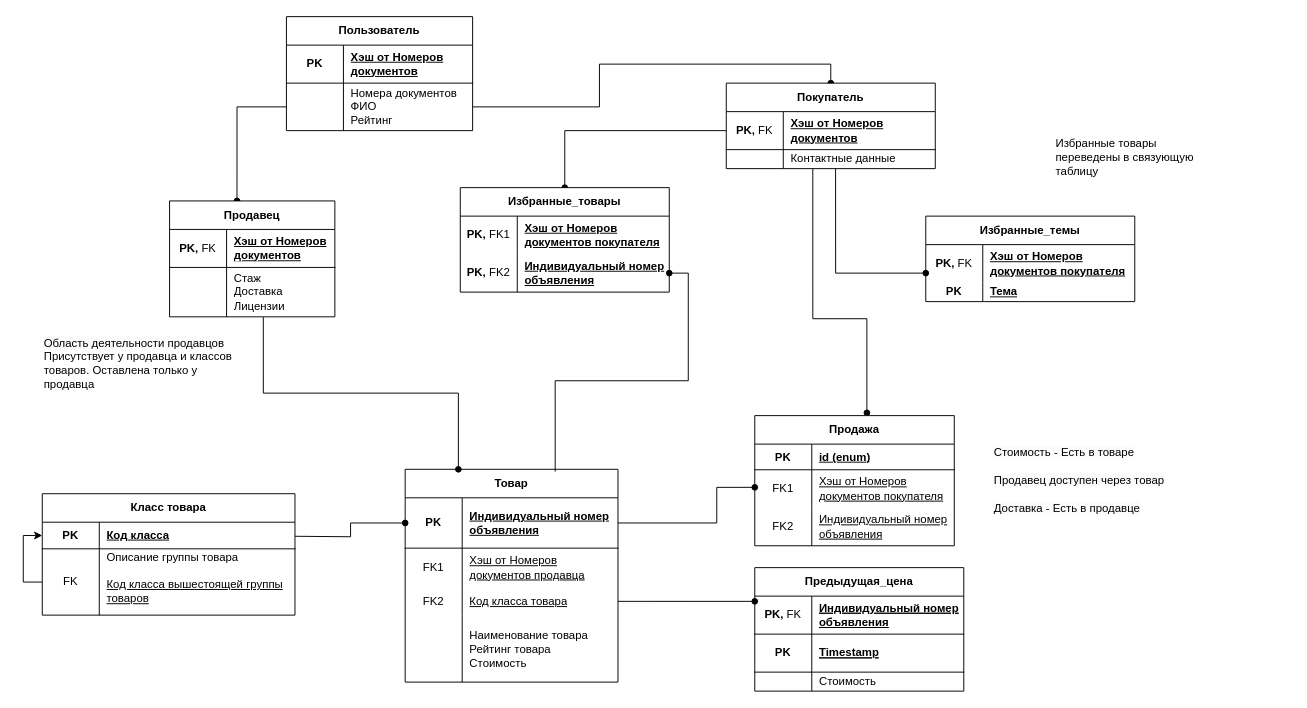
Above: page "Страница — 3" (3 of 3) of Диаграмма без названия.drawio in Djuckman/Compilers2 (draw.io), before the change. Source tidied: cells renumbered, new cells numbered last; positions are measured from the earlier drawing's top-left corner, leaving out a move shared by most shapes. Both pictures are drawn from the tidied source at 95%, with x=0, y=0 at pixel (42, 16).
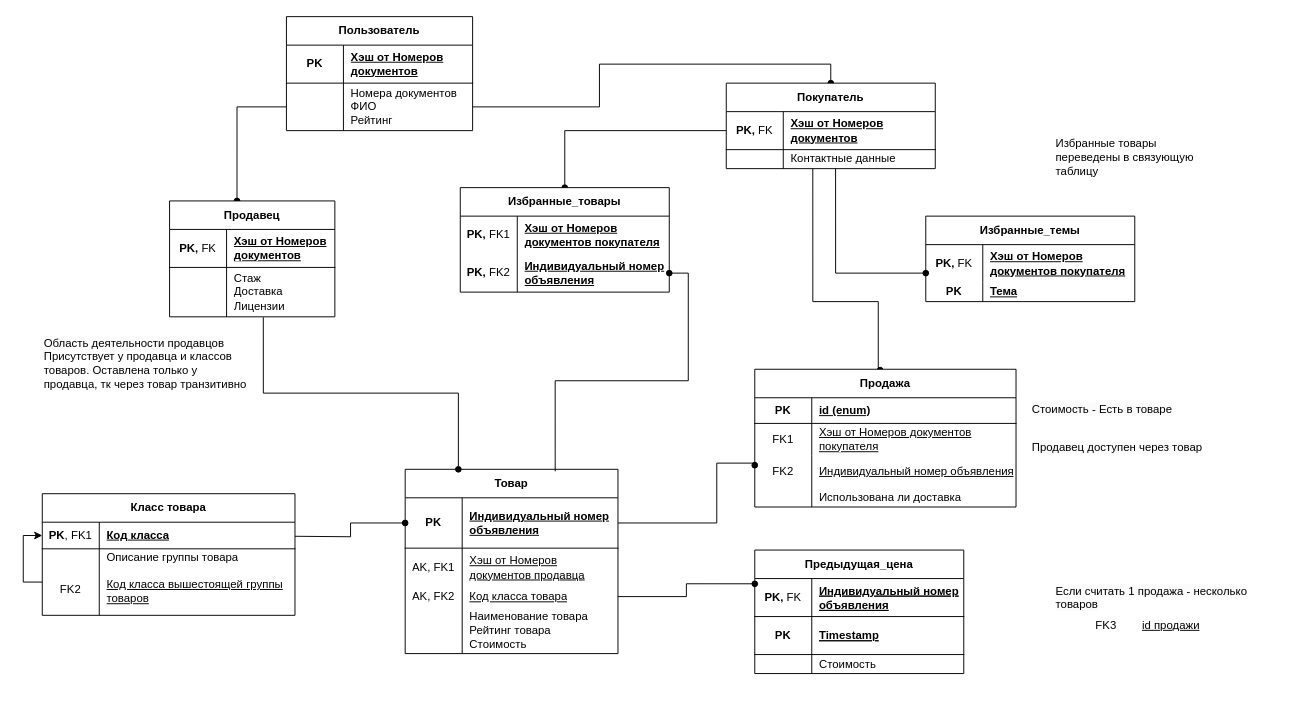
Above is the later version.

Unchanged cells that the change refers to:
```xml
<mxCell id="16" style="shape=tableRow;horizontal=0;startSize=0;swimlaneHead=0;swimlaneBody=0;fillColor=none;points=[[0,0.5],[1,0.5]];portConstraint=eastwest;top=0;left=0;right=0;bottom=1;html=1;" parent="15" vertex="1">
  <mxGeometry y="30" width="224" height="53" as="geometry" />
</mxCell>
<mxCell id="19" style="shape=tableRow;horizontal=0;startSize=0;swimlaneHead=0;swimlaneBody=0;fillColor=none;top=0;left=0;right=0;bottom=0;html=1;" parent="15" vertex="1">
  <mxGeometry y="83" width="224" height="41" as="geometry" />
</mxCell>
<mxCell id="29" style="shape=tableRow;horizontal=0;startSize=0;swimlaneHead=0;swimlaneBody=0;fillColor=none;points=[[0,0.5],[1,0.5]];portConstraint=eastwest;top=0;left=0;right=0;bottom=1;html=1;" parent="28" vertex="1">
  <mxGeometry y="30" width="266" height="28" as="geometry" />
</mxCell>
<mxCell id="32" style="shape=tableRow;horizontal=0;startSize=0;swimlaneHead=0;swimlaneBody=0;fillColor=none;points=[[0,0.5],[1,0.5]];portConstraint=eastwest;top=0;left=0;right=0;bottom=0;html=1;" parent="28" vertex="1">
  <mxGeometry y="58" width="266" height="70" as="geometry" />
</mxCell>
<mxCell id="48" style="shape=tableRow;horizontal=0;startSize=0;swimlaneHead=0;swimlaneBody=0;fillColor=none;points=[[0,0.5],[1,0.5]];portConstraint=eastwest;top=0;left=0;right=0;bottom=0;html=1;" parent="44" vertex="1">
  <mxGeometry y="70" width="220" height="20" as="geometry" />
</mxCell>
```

What changed in the source:
```diff
@@
     <mxCell id="15" value="Товар" style="shape=table;startSize=30;childLayout=tableLayout;rowLines=0;fontStyle=1;align=center;html=1;whiteSpace=wrap;" parent="1" vertex="1">
-      <mxGeometry x="382" y="476.5" width="224" height="224" as="geometry" />
+      <mxGeometry x="382" y="476.5" width="224" height="194" as="geometry" />
     </mxCell>
@@
-    <mxCell id="20" value="FK1" style="shape=partialRectangle;fillColor=none;top=0;left=0;bottom=0;right=0;overflow=hidden;html=1;whiteSpace=wrap;" parent="19" vertex="1">
+    <mxCell id="20" value="AK, FK1" style="shape=partialRectangle;fillColor=none;top=0;left=0;bottom=0;right=0;overflow=hidden;html=1;whiteSpace=wrap;" parent="19" vertex="1">
       <mxGeometry width="60" height="41" as="geometry" />
     </mxCell>
@@
     <mxCell id="22" style="shape=tableRow;horizontal=0;startSize=0;swimlaneHead=0;swimlaneBody=0;fillColor=none;points=[[0,0.5],[1,0.5]];portConstraint=eastwest;top=0;left=0;right=0;bottom=0;html=1;" parent="15" vertex="1">
-      <mxGeometry y="124" width="224" height="30" as="geometry" />
+      <mxGeometry y="124" width="224" height="20" as="geometry" />
     </mxCell>
-    <mxCell id="23" value="FK2" style="shape=partialRectangle;fillColor=none;top=0;left=0;bottom=0;right=0;overflow=hidden;html=1;whiteSpace=wrap;" parent="22" vertex="1">
-      <mxGeometry width="60" height="30" as="geometry" />
+    <mxCell id="23" value="AK, FK2" style="shape=partialRectangle;fillColor=none;top=0;left=0;bottom=0;right=0;overflow=hidden;html=1;whiteSpace=wrap;" parent="22" vertex="1">
+      <mxGeometry width="60" height="20" as="geometry" />
     </mxCell>
     <mxCell id="24" value="&lt;u&gt;Код класса товара&lt;/u&gt;" style="shape=partialRectangle;fillColor=none;top=0;left=0;bottom=0;right=0;align=left;spacingLeft=6;overflow=hidden;html=1;whiteSpace=wrap;" parent="22" vertex="1">
-      <mxGeometry x="60" width="164" height="30" as="geometry" />
+      <mxGeometry x="60" width="164" height="20" as="geometry" />
     </mxCell>
     <mxCell id="25" style="shape=tableRow;horizontal=0;startSize=0;swimlaneHead=0;swimlaneBody=0;fillColor=none;top=0;left=0;right=0;bottom=0;html=1;" parent="15" vertex="1">
-      <mxGeometry y="154" width="224" height="70" as="geometry" />
+      <mxGeometry y="144" width="224" height="50" as="geometry" />
     </mxCell>
     <mxCell id="26" value="&lt;div&gt;&lt;br&gt;&lt;/div&gt;" style="shape=partialRectangle;fillColor=none;top=0;left=0;bottom=0;right=0;overflow=hidden;html=1;whiteSpace=wrap;" parent="25" vertex="1">
-      <mxGeometry width="60" height="70" as="geometry" />
+      <mxGeometry width="60" height="50" as="geometry" />
     </mxCell>
     <mxCell id="27" value="&lt;div&gt;&lt;span style=&quot;background-color: initial;&quot;&gt;Наименование товара&lt;/span&gt;&lt;br&gt;&lt;/div&gt;Рейтинг товара&lt;div&gt;Стоимость&lt;br&gt;&lt;/div&gt;" style="shape=partialRectangle;fillColor=none;top=0;left=0;bottom=0;right=0;align=left;spacingLeft=6;overflow=hidden;html=1;whiteSpace=wrap;" parent="25" vertex="1">
-      <mxGeometry x="60" width="164" height="70" as="geometry" />
+      <mxGeometry x="60" width="164" height="50" as="geometry" />
     </mxCell>
     <mxCell id="28" value="Класс товара" style="shape=table;startSize=30;childLayout=tableLayout;rowLines=0;fontStyle=1;align=center;html=1;whiteSpace=wrap;" parent="1" vertex="1">
-      <mxGeometry y="502.2" width="266" height="127.8" as="geometry" />
+      <mxGeometry y="502.2" width="266" height="128" as="geometry" />
     </mxCell>
@@
-    <mxCell id="30" value="PK" style="shape=partialRectangle;fillColor=none;top=0;left=0;bottom=0;right=0;fontStyle=1;overflow=hidden;html=1;whiteSpace=wrap;" parent="29" vertex="1">
+    <mxCell id="30" value="PK&lt;span style=&quot;font-weight: normal;&quot;&gt;, FK1&lt;/span&gt;" style="shape=partialRectangle;fillColor=none;top=0;left=0;bottom=0;right=0;fontStyle=1;overflow=hidden;html=1;whiteSpace=wrap;" parent="29" vertex="1">
       <mxGeometry width="60" height="28" as="geometry" />
     </mxCell>
@@
-    <mxCell id="33" value="FK" style="shape=partialRectangle;fillColor=none;top=0;left=0;bottom=0;right=0;overflow=hidden;html=1;whiteSpace=wrap;" parent="32" vertex="1">
+    <mxCell id="33" value="&lt;div&gt;&lt;br&gt;&lt;/div&gt;FK2" style="shape=partialRectangle;fillColor=none;top=0;left=0;bottom=0;right=0;overflow=hidden;html=1;whiteSpace=wrap;" parent="32" vertex="1">
       <mxGeometry width="60" height="70" as="geometry" />
     </mxCell>
@@
     <mxCell id="36" style="edgeStyle=orthogonalEdgeStyle;rounded=0;jettySize=auto;html=1;exitX=0;exitY=0.5;exitDx=0;exitDy=0;entryX=1;entryY=0.5;entryDx=0;entryDy=0;startArrow=oval;startFill=1;endArrow=none;endFill=0;" parent="1" edge="1" target="16">
       <mxGeometry relative="1" as="geometry">
-        <mxPoint x="750" y="495.5" as="sourcePoint" />
+        <mxPoint x="750" y="472.2" as="sourcePoint" />
         <Array as="points">
-          <mxPoint x="710" y="496" />
+          <mxPoint x="750" y="470" />
+          <mxPoint x="710" y="470" />
           <mxPoint x="710" y="533" />
         </Array>
       </mxGeometry>
     </mxCell>
@@
-    <mxCell id="51" style="edgeStyle=orthogonalEdgeStyle;rounded=0;jettySize=auto;html=1;exitX=0.562;exitY=-0.022;exitDx=0;exitDy=0;endArrow=none;endFill=0;startArrow=oval;startFill=1;exitPerimeter=0;entryX=0.414;entryY=1;entryDx=0;entryDy=0;entryPerimeter=0;" parent="1" edge="1" source="52" target="48">
+    <mxCell id="51" style="edgeStyle=orthogonalEdgeStyle;rounded=0;jettySize=auto;html=1;endArrow=none;endFill=0;startArrow=oval;startFill=1;entryX=0.414;entryY=1;entryDx=0;entryDy=0;entryPerimeter=0;exitX=0.48;exitY=0.006;exitDx=0;exitDy=0;exitPerimeter=0;" parent="1" edge="1" source="52" target="48">
       <mxGeometry relative="1" as="geometry">
         <Array as="points">
-          <mxPoint x="868" y="318" />
-          <mxPoint x="811" y="318" />
+          <mxPoint x="880" y="372" />
+          <mxPoint x="880" y="300" />
+          <mxPoint x="811" y="300" />
         </Array>
       </mxGeometry>
     </mxCell>
     <mxCell id="52" value="Продажа" style="shape=table;startSize=30;childLayout=tableLayout;rowLines=0;fontStyle=1;align=center;html=1;whiteSpace=wrap;" parent="1" vertex="1">
-      <mxGeometry x="750" y="420" width="210" height="137" as="geometry" />
+      <mxGeometry x="750" y="371.2" width="275" height="145" as="geometry" />
     </mxCell>
     <mxCell id="53" style="shape=tableRow;horizontal=0;startSize=0;swimlaneHead=0;swimlaneBody=0;fillColor=none;top=0;left=0;right=0;bottom=1;html=1;" parent="52" vertex="1">
-      <mxGeometry y="30" width="210" height="27" as="geometry" />
+      <mxGeometry y="30" width="275" height="27" as="geometry" />
     </mxCell>
@@
     <mxCell id="55" value="id (enum)" style="shape=partialRectangle;fillColor=none;top=0;left=0;bottom=0;right=0;align=left;spacingLeft=6;fontStyle=5;overflow=hidden;html=1;whiteSpace=wrap;" parent="53" vertex="1">
-      <mxGeometry x="60" width="150" height="27" as="geometry" />
+      <mxGeometry x="60" width="215" height="27" as="geometry" />
     </mxCell>
-    <mxCell id="56" style="shape=tableRow;horizontal=0;startSize=0;swimlaneHead=0;swimlaneBody=0;fillColor=none;top=0;left=0;right=0;bottom=0;html=1;" parent="52" vertex="1">
-      <mxGeometry y="57" width="210" height="40" as="geometry" />
-    </mxCell>
+    <mxCell id="96" style="shape=tableRow;horizontal=0;startSize=0;swimlaneHead=0;swimlaneBody=0;fillColor=none;top=0;left=0;right=0;bottom=0;html=1;" parent="52" vertex="1">
+      <mxGeometry y="57" width="275" height="34" as="geometry" />
+    </mxCell>
-    <mxCell id="57" value="&lt;div&gt;FK1&lt;/div&gt;" style="shape=partialRectangle;fillColor=none;top=0;left=0;bottom=0;right=0;overflow=hidden;html=1;whiteSpace=wrap;" parent="56" vertex="1">
-      <mxGeometry width="60" height="40" as="geometry" />
+    <mxCell id="57" value="&lt;div&gt;FK1&lt;/div&gt;" style="shape=partialRectangle;fillColor=none;top=0;left=0;bottom=0;right=0;overflow=hidden;html=1;whiteSpace=wrap;" parent="96" vertex="1">
+      <mxGeometry width="60" height="34" as="geometry" />
     </mxCell>
-    <mxCell id="58" value="&lt;span style=&quot;text-decoration-line: underline;&quot;&gt;Хэш от Номеров документов покупателя&lt;/span&gt;" style="shape=partialRectangle;fillColor=none;top=0;left=0;bottom=0;right=0;align=left;spacingLeft=6;overflow=hidden;html=1;whiteSpace=wrap;" parent="56" vertex="1">
-      <mxGeometry x="60" width="150" height="40" as="geometry" />
+    <mxCell id="58" value="&lt;span style=&quot;text-decoration-line: underline;&quot;&gt;Хэш от Номеров документов покупателя&lt;/span&gt;" style="shape=partialRectangle;fillColor=none;top=0;left=0;bottom=0;right=0;align=left;spacingLeft=6;overflow=hidden;html=1;whiteSpace=wrap;" parent="96" vertex="1">
+      <mxGeometry x="60" width="215" height="34" as="geometry" />
     </mxCell>
+    <mxCell id="97" style="shape=tableRow;horizontal=0;startSize=0;swimlaneHead=0;swimlaneBody=0;fillColor=none;top=0;left=0;right=0;bottom=0;html=1;" parent="52" vertex="1">
+      <mxGeometry y="91" width="275" height="34" as="geometry" />
+    </mxCell>
+    <mxCell id="98" value="&lt;div&gt;FK2&lt;/div&gt;" style="shape=partialRectangle;fillColor=none;top=0;left=0;bottom=0;right=0;overflow=hidden;html=1;whiteSpace=wrap;" parent="97" vertex="1">
+      <mxGeometry width="60" height="34" as="geometry" />
+    </mxCell>
+    <mxCell id="99" value="&lt;span style=&quot;text-decoration-line: underline;&quot;&gt;Индивидуальный номер объявления&lt;/span&gt;" style="shape=partialRectangle;fillColor=none;top=0;left=0;bottom=0;right=0;align=left;spacingLeft=6;overflow=hidden;html=1;whiteSpace=wrap;" parent="97" vertex="1">
+      <mxGeometry x="60" width="215" height="34" as="geometry" />
+    </mxCell>
     <mxCell id="59" style="shape=tableRow;horizontal=0;startSize=0;swimlaneHead=0;swimlaneBody=0;fillColor=none;top=0;left=0;right=0;bottom=0;html=1;" parent="52" vertex="1">
-      <mxGeometry y="97" width="210" height="40" as="geometry" />
+      <mxGeometry y="125" width="275" height="20" as="geometry" />
     </mxCell>
-    <mxCell id="60" value="&lt;div&gt;FK2&lt;/div&gt;" style="shape=partialRectangle;fillColor=none;top=0;left=0;bottom=0;right=0;overflow=hidden;html=1;whiteSpace=wrap;" parent="59" vertex="1">
-      <mxGeometry width="60" height="40" as="geometry" />
+    <mxCell id="60" style="shape=partialRectangle;fillColor=none;top=0;left=0;bottom=0;right=0;overflow=hidden;html=1;whiteSpace=wrap;" parent="59" vertex="1">
+      <mxGeometry width="60" height="20" as="geometry" />
     </mxCell>
-    <mxCell id="61" value="&lt;div&gt;&lt;span style=&quot;background-color: initial;&quot;&gt;&lt;u style=&quot;&quot;&gt;Индивидуальный номер объявления&lt;/u&gt;&lt;/span&gt;&lt;/div&gt;" style="shape=partialRectangle;fillColor=none;top=0;left=0;bottom=0;right=0;align=left;spacingLeft=6;overflow=hidden;html=1;whiteSpace=wrap;" parent="59" vertex="1">
-      <mxGeometry x="60" width="150" height="40" as="geometry" />
+    <mxCell id="61" value="&lt;div&gt;&lt;span style=&quot;background-color: initial;&quot;&gt;Использована ли доставка&lt;/span&gt;&lt;/div&gt;" style="shape=partialRectangle;fillColor=none;top=0;left=0;bottom=0;right=0;align=left;spacingLeft=6;overflow=hidden;html=1;whiteSpace=wrap;" parent="59" vertex="1">
+      <mxGeometry x="60" width="215" height="20" as="geometry" />
     </mxCell>
-    <mxCell id="62" value="&lt;span style=&quot;color: rgb(0, 0, 0); font-family: Helvetica; font-size: 12px; font-style: normal; font-variant-ligatures: normal; font-variant-caps: normal; font-weight: 400; letter-spacing: normal; orphans: 2; text-align: left; text-indent: 0px; text-transform: none; widows: 2; word-spacing: 0px; -webkit-text-stroke-width: 0px; white-space: normal; background-color: rgb(251, 251, 251); text-decoration-thickness: initial; text-decoration-style: initial; text-decoration-color: initial; display: inline !important; float: none;&quot;&gt;Доставка - Есть в продавце&lt;/span&gt;" style="text;whiteSpace=wrap;html=1;" parent="1" vertex="1">
-      <mxGeometry x="1000" y="504.2" width="175" height="40" as="geometry" />
-    </mxCell>
     <mxCell id="63" value="&lt;span style=&quot;color: rgb(0, 0, 0); font-family: Helvetica; font-size: 12px; font-style: normal; font-variant-ligatures: normal; font-variant-caps: normal; font-weight: 400; letter-spacing: normal; orphans: 2; text-align: left; text-indent: 0px; text-transform: none; widows: 2; word-spacing: 0px; -webkit-text-stroke-width: 0px; white-space: normal; background-color: rgb(251, 251, 251); text-decoration-thickness: initial; text-decoration-style: initial; text-decoration-color: initial; display: inline !important; float: none;&quot;&gt;Продавец доступен через товар&lt;/span&gt;" style="text;whiteSpace=wrap;html=1;" parent="1" vertex="1">
-      <mxGeometry x="1000" y="474.2" width="210" height="40" as="geometry" />
+      <mxGeometry x="1040" y="440" width="210" height="40" as="geometry" />
     </mxCell>
     <mxCell id="64" value="&lt;span style=&quot;color: rgb(0, 0, 0); font-family: Helvetica; font-size: 12px; font-style: normal; font-variant-ligatures: normal; font-variant-caps: normal; font-weight: 400; letter-spacing: normal; orphans: 2; text-align: left; text-indent: 0px; text-transform: none; widows: 2; word-spacing: 0px; -webkit-text-stroke-width: 0px; white-space: normal; background-color: rgb(251, 251, 251); text-decoration-thickness: initial; text-decoration-style: initial; text-decoration-color: initial; display: inline !important; float: none;&quot;&gt;Стоимость - Есть в товаре&lt;/span&gt;" style="text;whiteSpace=wrap;html=1;" parent="1" vertex="1">
-      <mxGeometry x="1000" y="445" width="175" height="40" as="geometry" />
+      <mxGeometry x="1040" y="400" width="175" height="40" as="geometry" />
     </mxCell>
@@
     <mxCell id="85" value="Предыдущая_цена" style="shape=table;startSize=30;childLayout=tableLayout;rowLines=0;fontStyle=1;align=center;html=1;whiteSpace=wrap;" parent="1" vertex="1">
-      <mxGeometry x="750" y="580" width="220" height="130" as="geometry" />
+      <mxGeometry x="750" y="561.5" width="220" height="130" as="geometry" />
     </mxCell>
@@
-    <mxCell id="95" value="&lt;span style=&quot;color: rgb(0, 0, 0); font-family: Helvetica; font-size: 12px; font-style: normal; font-variant-ligatures: normal; font-variant-caps: normal; font-weight: 400; letter-spacing: normal; orphans: 2; text-align: left; text-indent: 0px; text-transform: none; widows: 2; word-spacing: 0px; -webkit-text-stroke-width: 0px; white-space: normal; background-color: rgb(251, 251, 251); text-decoration-thickness: initial; text-decoration-style: initial; text-decoration-color: initial; display: inline !important; float: none;&quot;&gt;Область деятельности продавцов&lt;/span&gt;&lt;div&gt;Присутствует у продавца и классов товаров. Оставлена только у продавца&lt;/div&gt;" style="text;whiteSpace=wrap;html=1;" parent="1" vertex="1">
+    <mxCell id="95" value="&lt;span style=&quot;color: rgb(0, 0, 0); font-family: Helvetica; font-size: 12px; font-style: normal; font-variant-ligatures: normal; font-variant-caps: normal; font-weight: 400; letter-spacing: normal; orphans: 2; text-align: left; text-indent: 0px; text-transform: none; widows: 2; word-spacing: 0px; -webkit-text-stroke-width: 0px; white-space: normal; background-color: rgb(251, 251, 251); text-decoration-thickness: initial; text-decoration-style: initial; text-decoration-color: initial; display: inline !important; float: none;&quot;&gt;Область деятельности продавцов&lt;/span&gt;&lt;div&gt;Присутствует у продавца и классов товаров. Оставлена только у продавца, тк через товар транзитивно&lt;/div&gt;" style="text;whiteSpace=wrap;html=1;" parent="1" vertex="1">
       <mxGeometry y="330" width="220" height="70" as="geometry" />
     </mxCell>
+    <mxCell id="100" style="shape=tableRow;horizontal=0;startSize=0;swimlaneHead=0;swimlaneBody=0;fillColor=none;top=0;left=0;right=0;bottom=0;html=1;" parent="1" vertex="1">
+      <mxGeometry x="1090" y="630.5" width="224" height="20" as="geometry" />
+    </mxCell>
+    <mxCell id="101" value="FK3" style="shape=partialRectangle;fillColor=none;top=0;left=0;bottom=0;right=0;overflow=hidden;html=1;whiteSpace=wrap;" parent="100" vertex="1">
+      <mxGeometry width="60" height="20" as="geometry" />
+    </mxCell>
+    <mxCell id="102" value="&lt;u&gt;id продажи&lt;/u&gt;" style="shape=partialRectangle;fillColor=none;top=0;left=0;bottom=0;right=0;align=left;spacingLeft=6;overflow=hidden;html=1;whiteSpace=wrap;" parent="100" vertex="1">
+      <mxGeometry x="60" width="164" height="20" as="geometry" />
+    </mxCell>
+    <mxCell id="103" value="&lt;span style=&quot;color: rgb(0, 0, 0); font-family: Helvetica; font-size: 12px; font-style: normal; font-variant-ligatures: normal; font-variant-caps: normal; font-weight: 400; letter-spacing: normal; orphans: 2; text-align: left; text-indent: 0px; text-transform: none; widows: 2; word-spacing: 0px; -webkit-text-stroke-width: 0px; white-space: normal; background-color: rgb(251, 251, 251); text-decoration-thickness: initial; text-decoration-style: initial; text-decoration-color: initial; display: inline !important; float: none;&quot;&gt;Если считать 1 продажа - несколько товаров&lt;/span&gt;" style="text;whiteSpace=wrap;html=1;" parent="1" vertex="1">
+      <mxGeometry x="1065" y="590.5" width="210" height="40" as="geometry" />
+    </mxCell>
```
